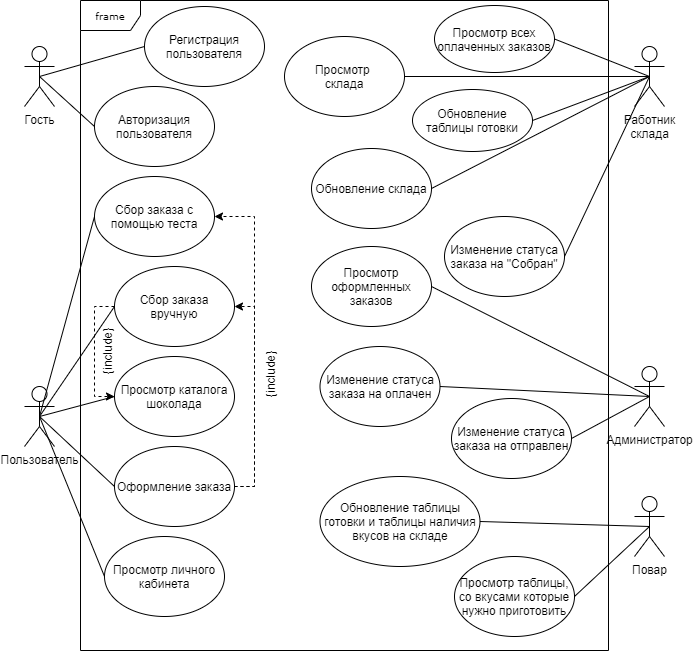
frobbery/chocolate-shop keeps this draw.io diagram as Диаграмма прецедентов использования2.png. Above is the earlier version. Source tidied: cells renumbered, new cells last; positions are measured from the earlier drawing's top-left corner, leaving out a move shared by most shapes.
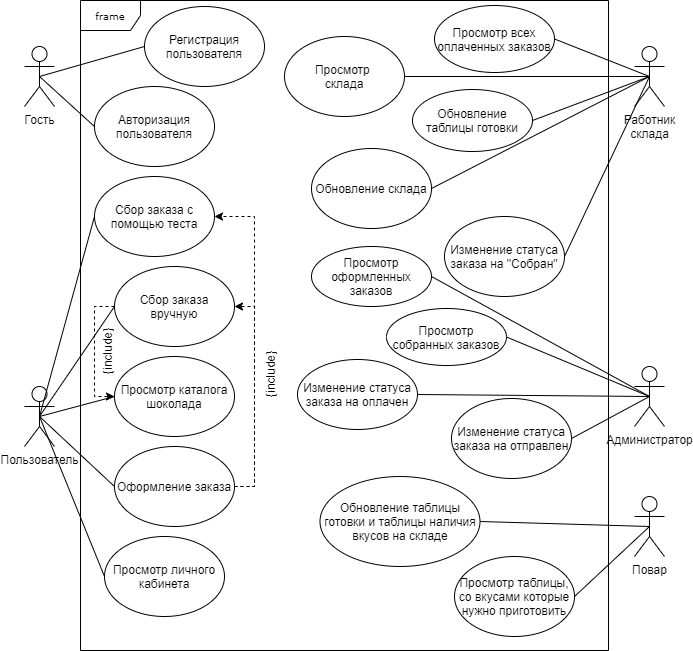
Later version of the same file.

The edit, as a diff of the source:
```diff
@@ -72,10 +72,10 @@
       <mxGeometry x="420" y="216" width="120" height="80" as="geometry" />
     </mxCell>
     <mxCell id="25" value="Просмотр оформленных заказов" style="ellipse;whiteSpace=wrap;html=1;" parent="1" vertex="1">
-      <mxGeometry x="287" y="246" width="120" height="80" as="geometry" />
+      <mxGeometry x="287" y="246" width="120" height="60" as="geometry" />
     </mxCell>
     <mxCell id="26" value="Изменение статуса заказа на оплачен" style="ellipse;whiteSpace=wrap;html=1;" parent="1" vertex="1">
-      <mxGeometry x="295.5" y="346" width="120" height="80" as="geometry" />
+      <mxGeometry x="273" y="359" width="120" height="70" as="geometry" />
     </mxCell>
     <mxCell id="27" value="Изменение статуса заказа на отправлен" style="ellipse;whiteSpace=wrap;html=1;" parent="1" vertex="1">
       <mxGeometry x="427" y="398" width="120" height="80" as="geometry" />
@@ -137,5 +137,11 @@
     <mxCell id="46" value="{include}" style="text;html=1;strokeColor=none;fillColor=none;align=center;verticalAlign=middle;whiteSpace=wrap;rounded=0;rotation=-90;" parent="1" vertex="1">
       <mxGeometry x="56" y="343" width="54" height="16" as="geometry" />
     </mxCell>
+    <mxCell id="47" value="Просмотр собранных заказов" style="ellipse;whiteSpace=wrap;html=1;" parent="1" vertex="1">
+      <mxGeometry x="362" y="308" width="120" height="57" as="geometry" />
+    </mxCell>
+    <mxCell id="48" style="endArrow=none;html=1;rounded=0;entryX=1;entryY=0.5;entryDx=0;entryDy=0;exitX=0.5;exitY=0.5;exitDx=0;exitDy=0;exitPerimeter=0;" parent="1" edge="1" source="7" target="47">
+      <mxGeometry relative="1" as="geometry" />
+    </mxCell>
   </root>
 </mxGraphModel>
```
